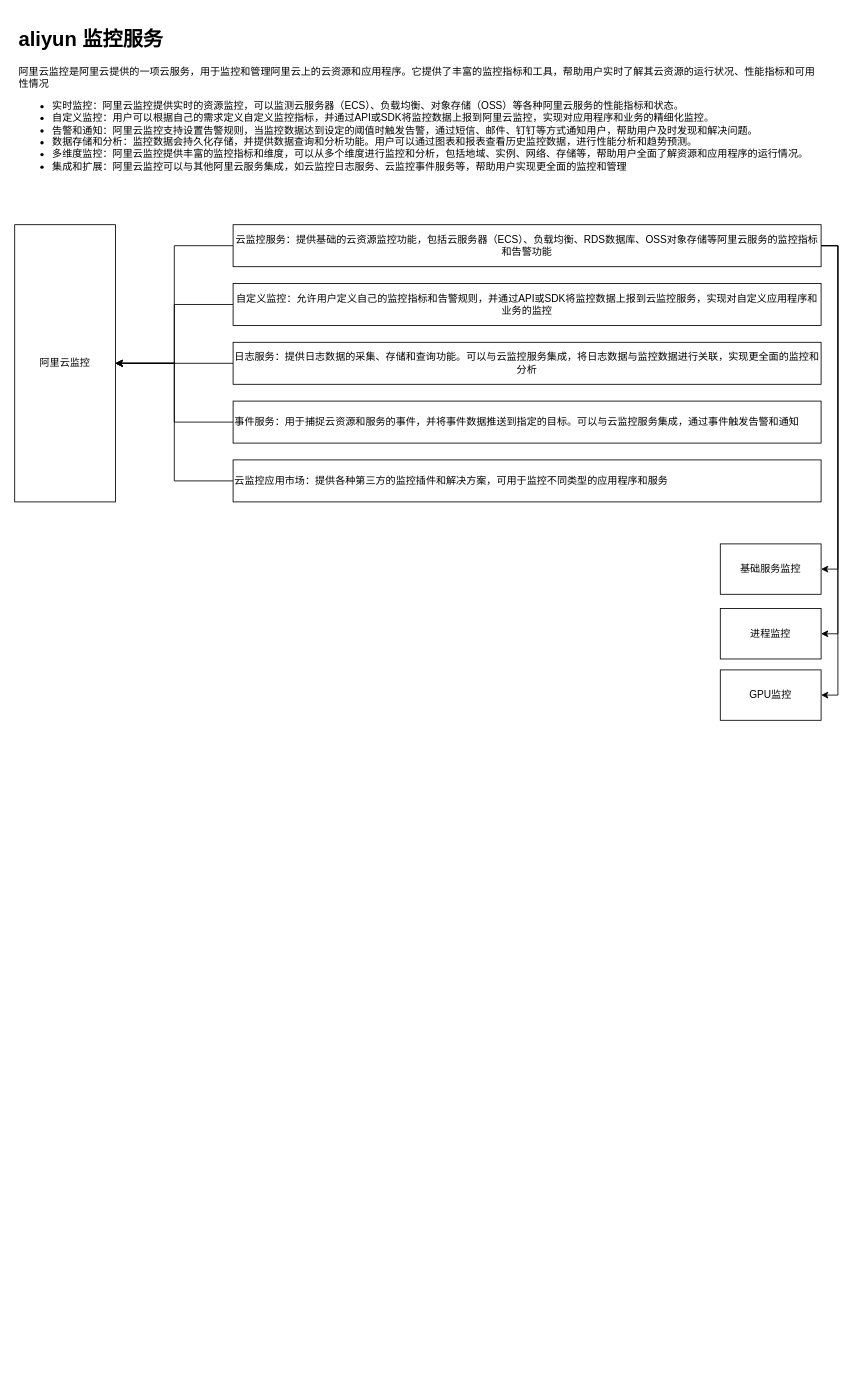
Before: aliyun monitor.drawio in dengkefu/draw.io, a draw.io diagram. Source tidied: cells renumbered, new cells numbered last; positions are measured from the earlier drawing's top-left corner, leaving out a move shared by most shapes. Both pictures are drawn from the tidied source at 84%, with x=0, y=0 at pixel (14, 23).
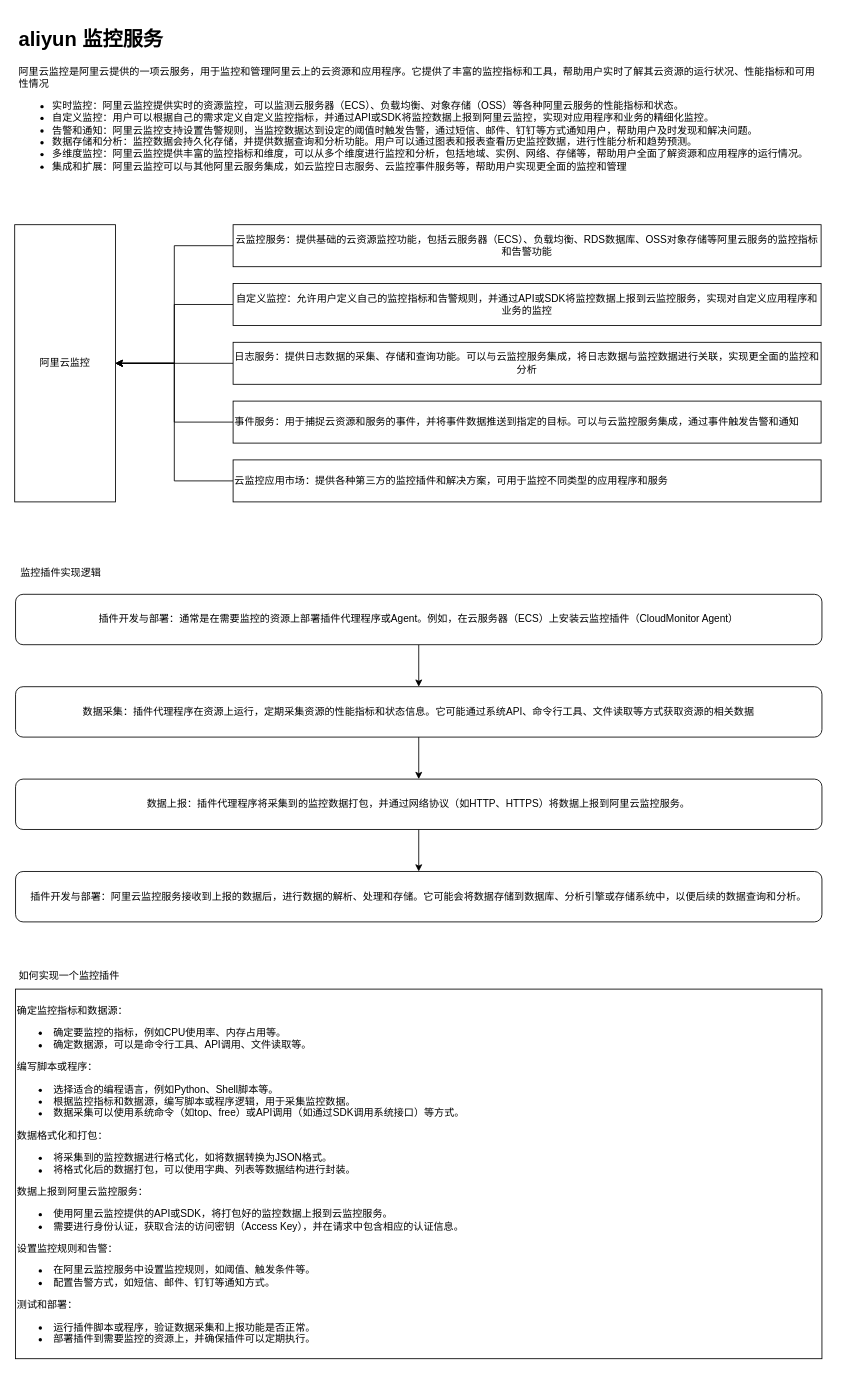
The same diagram, later.

Unchanged cells that the change refers to:
```xml
<mxCell id="8" value="云监控服务：提供基础的云资源监控功能，包括云服务器（ECS）、负载均衡、RDS数据库、OSS对象存储等阿里云服务的监控指标和告警功能" style="rounded=0;whiteSpace=wrap;html=1;align=center;" parent="1" vertex="1">
  <mxGeometry x="260" y="240" width="700" height="50" as="geometry" />
</mxCell>
```

What changed in the source:
```diff
@@
-    <mxCell id="5" style="edgeStyle=orthogonalEdgeStyle;rounded=0;jettySize=auto;html=1;entryX=1;entryY=0.5;entryDx=0;entryDy=0;exitX=1;exitY=0.5;exitDx=0;exitDy=0;" parent="1" edge="1" source="8" target="17">
-      <mxGeometry relative="1" as="geometry" />
-    </mxCell>
-    <mxCell id="6" style="edgeStyle=orthogonalEdgeStyle;rounded=0;jettySize=auto;html=1;entryX=1;entryY=0.5;entryDx=0;entryDy=0;exitX=1;exitY=0.5;exitDx=0;exitDy=0;" parent="1" edge="1" source="8" target="18">
-      <mxGeometry relative="1" as="geometry" />
-    </mxCell>
-    <mxCell id="7" style="edgeStyle=orthogonalEdgeStyle;rounded=0;jettySize=auto;html=1;entryX=1;entryY=0.5;entryDx=0;entryDy=0;exitX=1;exitY=0.5;exitDx=0;exitDy=0;" parent="1" edge="1" source="8" target="19">
-      <mxGeometry relative="1" as="geometry" />
-    </mxCell>
@@
-    <mxCell id="17" value="基础服务监控" style="rounded=0;whiteSpace=wrap;html=1;" parent="1" vertex="1">
-      <mxGeometry x="840" y="620" width="120" height="60" as="geometry" />
-    </mxCell>
-    <mxCell id="18" value="进程监控" style="rounded=0;whiteSpace=wrap;html=1;" parent="1" vertex="1">
-      <mxGeometry x="840" y="697" width="120" height="60" as="geometry" />
-    </mxCell>
-    <mxCell id="19" value="GPU监控" style="rounded=0;whiteSpace=wrap;html=1;" parent="1" vertex="1">
-      <mxGeometry x="840" y="770" width="120" height="60" as="geometry" />
-    </mxCell>
+    <mxCell id="20" value="监控插件实现逻辑" style="text;html=1;strokeColor=none;fillColor=none;align=center;verticalAlign=middle;whiteSpace=wrap;rounded=0;" parent="1" vertex="1">
+      <mxGeometry y="640" width="110" height="30" as="geometry" />
+    </mxCell>
+    <mxCell id="21" style="edgeStyle=orthogonalEdgeStyle;rounded=0;jettySize=auto;html=1;entryX=0.5;entryY=0;entryDx=0;entryDy=0;" parent="1" edge="1" source="22" target="24">
+      <mxGeometry relative="1" as="geometry" />
+    </mxCell>
+    <mxCell id="22" value="插件开发与部署：通常是在需要监控的资源上部署插件代理程序或Agent。例如，在云服务器（ECS）上安装云监控插件（CloudMonitor Agent）" style="rounded=1;whiteSpace=wrap;html=1;" parent="1" vertex="1">
+      <mxGeometry x="1" y="680" width="960" height="60" as="geometry" />
+    </mxCell>
+    <mxCell id="23" style="edgeStyle=orthogonalEdgeStyle;rounded=0;jettySize=auto;html=1;" parent="1" edge="1" source="24" target="26">
+      <mxGeometry relative="1" as="geometry" />
+    </mxCell>
+    <mxCell id="24" value="数据采集：插件代理程序在资源上运行，定期采集资源的性能指标和状态信息。它可能通过系统API、命令行工具、文件读取等方式获取资源的相关数据" style="rounded=1;whiteSpace=wrap;html=1;" parent="1" vertex="1">
+      <mxGeometry x="1" y="790" width="960" height="60" as="geometry" />
+    </mxCell>
+    <mxCell id="25" style="edgeStyle=orthogonalEdgeStyle;rounded=0;jettySize=auto;html=1;" parent="1" edge="1" source="26" target="27">
+      <mxGeometry relative="1" as="geometry" />
+    </mxCell>
+    <mxCell id="26" value="数据上报：插件代理程序将采集到的监控数据打包，并通过网络协议（如HTTP、HTTPS）将数据上报到阿里云监控服务。" style="rounded=1;whiteSpace=wrap;html=1;" parent="1" vertex="1">
+      <mxGeometry x="1" y="900" width="960" height="60" as="geometry" />
+    </mxCell>
+    <mxCell id="27" value="插件开发与部署：阿里云监控服务接收到上报的数据后，进行数据的解析、处理和存储。它可能会将数据存储到数据库、分析引擎或存储系统中，以便后续的数据查询和分析。" style="rounded=1;whiteSpace=wrap;html=1;" parent="1" vertex="1">
+      <mxGeometry x="1" y="1010" width="960" height="60" as="geometry" />
+    </mxCell>
+    <mxCell id="28" value="如何实现一个监控插件" style="text;html=1;strokeColor=none;fillColor=none;align=center;verticalAlign=middle;whiteSpace=wrap;rounded=0;" parent="1" vertex="1">
+      <mxGeometry y="1120" width="130" height="30" as="geometry" />
+    </mxCell>
+    <mxCell id="29" value="&lt;br&gt;&lt;span style=&quot;background-color: initial;&quot;&gt;确定监控指标和数据源：&lt;/span&gt;&lt;br&gt;&lt;ul&gt;&lt;li&gt;&lt;span style=&quot;background-color: initial; white-space: pre;&quot;&gt; &lt;/span&gt;&lt;span style=&quot;background-color: initial;&quot;&gt;确定要监控的指标，例如CPU使用率、内存占用等。&lt;/span&gt;&lt;/li&gt;&lt;li&gt;&lt;span style=&quot;background-color: initial; white-space: pre;&quot;&gt; &lt;/span&gt;&lt;span style=&quot;background-color: initial;&quot;&gt;确定数据源，可以是命令行工具、API调用、文件读取等。&lt;/span&gt;&lt;/li&gt;&lt;/ul&gt;&lt;span style=&quot;background-color: initial;&quot;&gt;编写脚本或程序：&lt;/span&gt;&lt;br&gt;&lt;ul&gt;&lt;li&gt;&lt;span style=&quot;background-color: initial; white-space: pre;&quot;&gt; &lt;/span&gt;&lt;span style=&quot;background-color: initial;&quot;&gt;选择适合的编程语言，例如Python、Shell脚本等。&lt;/span&gt;&lt;/li&gt;&lt;li&gt;&lt;span style=&quot;background-color: initial; white-space: pre;&quot;&gt; &lt;/span&gt;&lt;span style=&quot;background-color: initial;&quot;&gt;根据监控指标和数据源，编写脚本或程序逻辑，用于采集监控数据。&lt;/span&gt;&lt;/li&gt;&lt;li&gt;&lt;span style=&quot;background-color: initial; white-space: pre;&quot;&gt; &lt;/span&gt;&lt;span style=&quot;background-color: initial;&quot;&gt;数据采集可以使用系统命令（如top、free）或API调用（如通过SDK调用系统接口）等方式。&lt;/span&gt;&lt;/li&gt;&lt;/ul&gt;&lt;span style=&quot;background-color: initial;&quot;&gt;数据格式化和打包：&lt;/span&gt;&lt;br&gt;&lt;ul&gt;&lt;li&gt;&lt;span style=&quot;background-color: initial; white-space: pre;&quot;&gt; &lt;/span&gt;&lt;span style=&quot;background-color: initial;&quot;&gt;将采集到的监控数据进行格式化，如将数据转换为JSON格式。&lt;/span&gt;&lt;/li&gt;&lt;li&gt;&lt;span style=&quot;background-color: initial; white-space: pre;&quot;&gt; &lt;/span&gt;&lt;span style=&quot;background-color: initial;&quot;&gt;将格式化后的数据打包，可以使用字典、列表等数据结构进行封装。&lt;/span&gt;&lt;/li&gt;&lt;/ul&gt;&lt;span style=&quot;background-color: initial;&quot;&gt;数据上报到阿里云监控服务：&lt;/span&gt;&lt;br&gt;&lt;ul&gt;&lt;li&gt;&lt;span style=&quot;background-color: initial; white-space: pre;&quot;&gt; &lt;/span&gt;&lt;span style=&quot;background-color: initial;&quot;&gt;使用阿里云监控提供的API或SDK，将打包好的监控数据上报到云监控服务。&lt;/span&gt;&lt;/li&gt;&lt;li&gt;&lt;span style=&quot;background-color: initial; white-space: pre;&quot;&gt; &lt;/span&gt;&lt;span style=&quot;background-color: initial;&quot;&gt;需要进行身份认证，获取合法的访问密钥（Access Key），并在请求中包含相应的认证信息。&lt;/span&gt;&lt;/li&gt;&lt;/ul&gt;&lt;span style=&quot;background-color: initial;&quot;&gt;设置监控规则和告警：&lt;/span&gt;&lt;br&gt;&lt;ul&gt;&lt;li&gt;&lt;span style=&quot;background-color: initial; white-space: pre;&quot;&gt; &lt;/span&gt;&lt;span style=&quot;background-color: initial;&quot;&gt;在阿里云监控服务中设置监控规则，如阈值、触发条件等。&lt;/span&gt;&lt;/li&gt;&lt;li&gt;&lt;span style=&quot;background-color: initial; white-space: pre;&quot;&gt; &lt;/span&gt;&lt;span style=&quot;background-color: initial;&quot;&gt;配置告警方式，如短信、邮件、钉钉等通知方式。&lt;/span&gt;&lt;/li&gt;&lt;/ul&gt;&lt;span style=&quot;background-color: initial;&quot;&gt;测试和部署：&lt;/span&gt;&lt;br&gt;&lt;ul&gt;&lt;li&gt;&lt;span style=&quot;background-color: initial; white-space: pre;&quot;&gt; &lt;/span&gt;&lt;span style=&quot;background-color: initial;&quot;&gt;运行插件脚本或程序，验证数据采集和上报功能是否正常。&lt;/span&gt;&lt;/li&gt;&lt;li&gt;&lt;span style=&quot;background-color: initial; white-space: pre;&quot;&gt; &lt;/span&gt;&lt;span style=&quot;background-color: initial;&quot;&gt;部署插件到需要监控的资源上，并确保插件可以定期执行。&lt;/span&gt;&lt;/li&gt;&lt;/ul&gt;" style="rounded=0;whiteSpace=wrap;html=1;align=left;" parent="1" vertex="1">
+      <mxGeometry x="1" y="1150" width="960" height="440" as="geometry" />
+    </mxCell>
```
